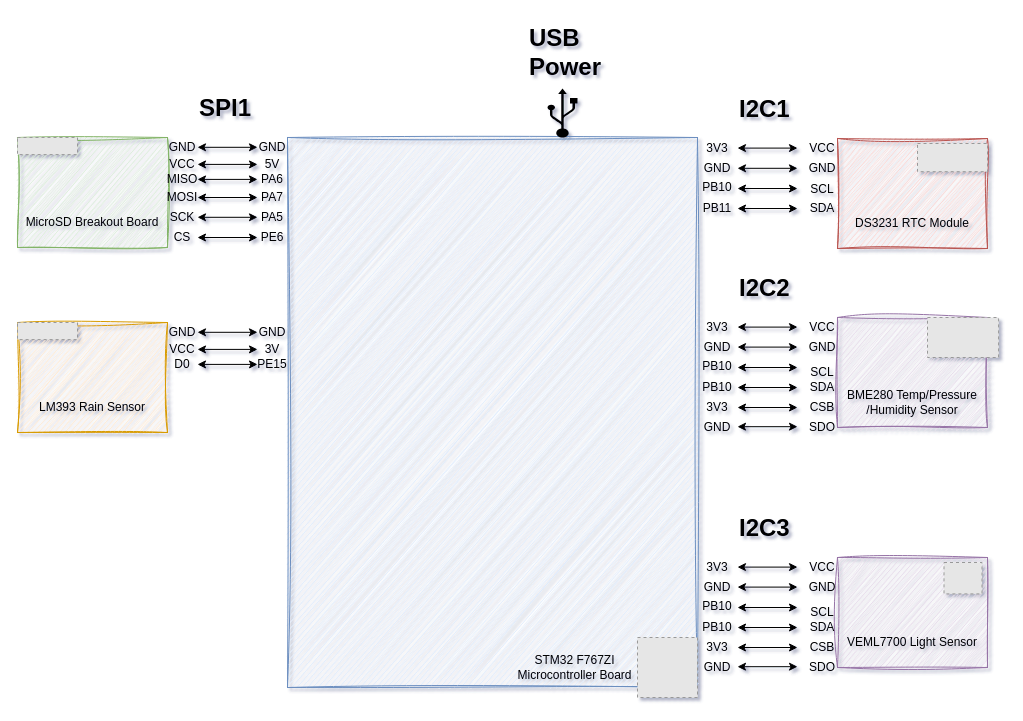
Before: page "Block Diagram" (1 of 11) of tinyml_home_weather_forecasting.drawio in rishi-latchmepersad/TinyML-Home-Weather-Forecasting, a draw.io diagram. Source tidied: cells renumbered, new cells numbered last; positions are measured from the earlier drawing's top-left corner, leaving out a move shared by most shapes. Both pictures are drawn from the tidied source at 100%, with x=0, y=0 at pixel (17, 17). Pictures stored in the file or linked from it are replaced by grey dashed boxes.
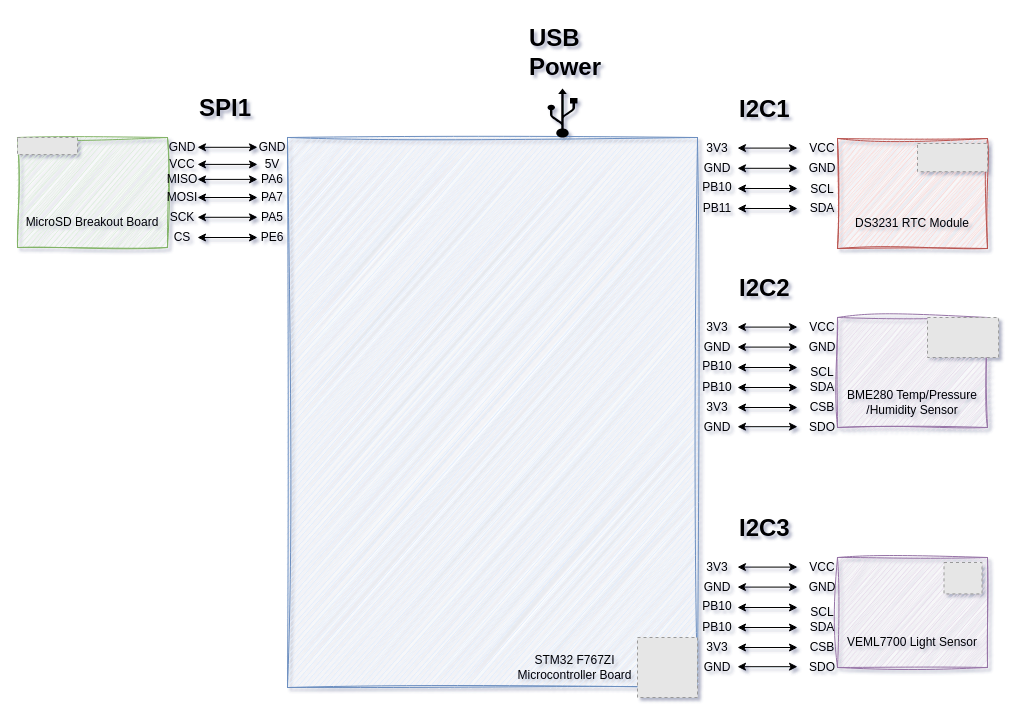
Above is the later version.

What changed in the source:
```diff
@@
-    <mxCell id="89" style="rounded=0;whiteSpace=wrap;html=1;fillColor=#ffe6cc;strokeColor=#d79b00;sketch=1;curveFitting=1;jiggle=2;" parent="1" vertex="1">
-      <mxGeometry y="305" width="150" height="110" as="geometry" />
-    </mxCell>
-    <mxCell id="90" value="LM393 Rain Sensor" style="text;html=1;align=center;verticalAlign=middle;whiteSpace=wrap;rounded=0;fillColor=none;" parent="1" vertex="1">
-      <mxGeometry y="365" width="150" height="50" as="geometry" />
-    </mxCell>
-    <mxCell id="91" value="D0" style="text;html=1;align=center;verticalAlign=middle;whiteSpace=wrap;rounded=0;" parent="1" vertex="1">
-      <mxGeometry x="150" y="342.1" width="30" height="10" as="geometry" />
-    </mxCell>
-    <mxCell id="92" value="GND" style="text;html=1;align=center;verticalAlign=middle;whiteSpace=wrap;rounded=0;" parent="1" vertex="1">
-      <mxGeometry x="150" y="305" width="30" height="20" as="geometry" />
-    </mxCell>
-    <mxCell id="93" value="VCC" style="text;html=1;align=center;verticalAlign=middle;whiteSpace=wrap;rounded=0;" parent="1" vertex="1">
-      <mxGeometry x="150" y="322.1" width="30" height="20" as="geometry" />
-    </mxCell>
-    <mxCell id="94" style="fillColor=#E6E6E6;strokeColor=#999999;dashed=1;verticalLabelPosition=bottom;labelBackgroundColor=default;verticalAlign=top;" parent="1" vertex="1">
-      <mxGeometry y="305" width="60" height="17.1" as="geometry" />
-    </mxCell>
-    <mxCell id="95" value="PE15" style="text;html=1;align=center;verticalAlign=middle;whiteSpace=wrap;rounded=0;" parent="1" vertex="1">
-      <mxGeometry x="240" y="342.1" width="30" height="10" as="geometry" />
-    </mxCell>
-    <mxCell id="96" value="GND" style="text;html=1;align=center;verticalAlign=middle;whiteSpace=wrap;rounded=0;" parent="1" vertex="1">
-      <mxGeometry x="240" y="305" width="30" height="20" as="geometry" />
-    </mxCell>
-    <mxCell id="97" value="3V" style="text;html=1;align=center;verticalAlign=middle;whiteSpace=wrap;rounded=0;" parent="1" vertex="1">
-      <mxGeometry x="240" y="322.1" width="30" height="20" as="geometry" />
-    </mxCell>
-    <mxCell id="98" style="endArrow=classic;startArrow=classic;html=1;rounded=0;" parent="1" edge="1">
-      <mxGeometry relative="1" as="geometry">
-        <mxPoint x="180" y="314.8" as="sourcePoint" />
-        <mxPoint x="240" y="314.8" as="targetPoint" />
-      </mxGeometry>
-    </mxCell>
-    <mxCell id="99" style="endArrow=classic;startArrow=classic;html=1;rounded=0;" parent="1" edge="1">
-      <mxGeometry relative="1" as="geometry">
-        <mxPoint x="180" y="331.9" as="sourcePoint" />
-        <mxPoint x="240" y="331.9" as="targetPoint" />
-      </mxGeometry>
-    </mxCell>
-    <mxCell id="100" style="endArrow=classic;startArrow=classic;html=1;rounded=0;" parent="1" edge="1">
-      <mxGeometry relative="1" as="geometry">
-        <mxPoint x="180" y="346.9" as="sourcePoint" />
-        <mxPoint x="240" y="346.9" as="targetPoint" />
-      </mxGeometry>
-    </mxCell>
```
